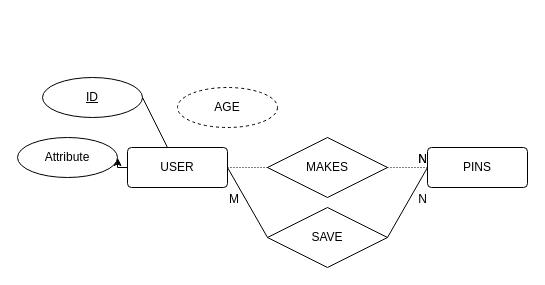
Above: ERD.drawio in kataya1/Pinterest (draw.io), before the change. Source tidied: cells renumbered, new cells numbered last; positions are measured from the earlier drawing's top-left corner, leaving out a move shared by most shapes. Both pictures are drawn from the tidied source at 100%, with x=0, y=0 at pixel (17, 77).
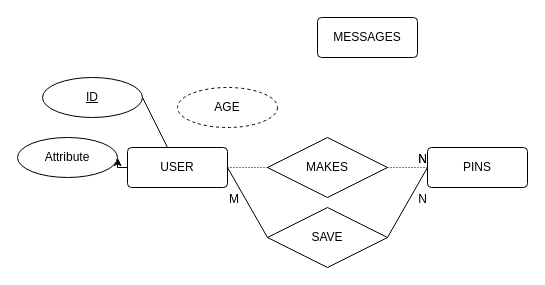
The same diagram, later.

Diff of the diagram source:
```diff
@@
+    <mxCell id="19" value="MESSAGES" style="rounded=1;arcSize=10;whiteSpace=wrap;html=1;align=center;" parent="1" vertex="1">
+      <mxGeometry x="300" y="-60" width="100" height="40" as="geometry" />
+    </mxCell>
```
